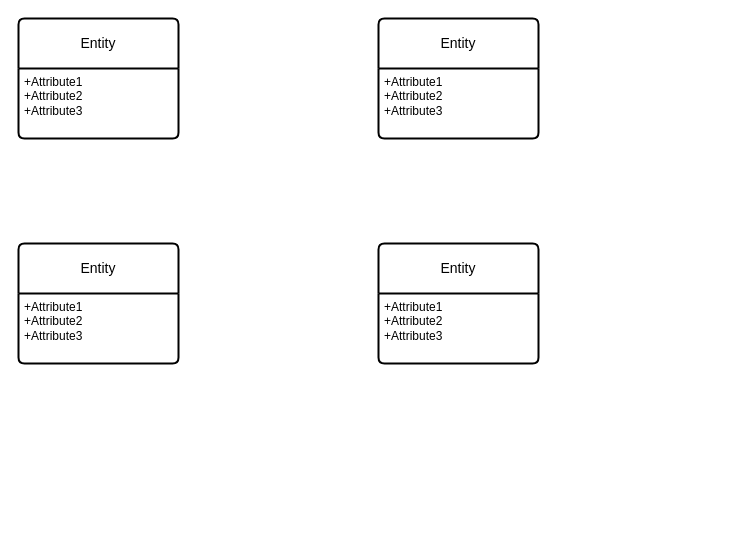
The draw.io diagram ENIAC-Portifolio.drawio in KaH3050/projeto-faculdade, before the edit. Source tidied: cells renumbered, new cells numbered last; positions are measured from the earlier drawing's top-left corner, leaving out a move shared by most shapes. Both pictures are drawn from the tidied source at 100%, with x=0, y=0 at pixel (18, 18).
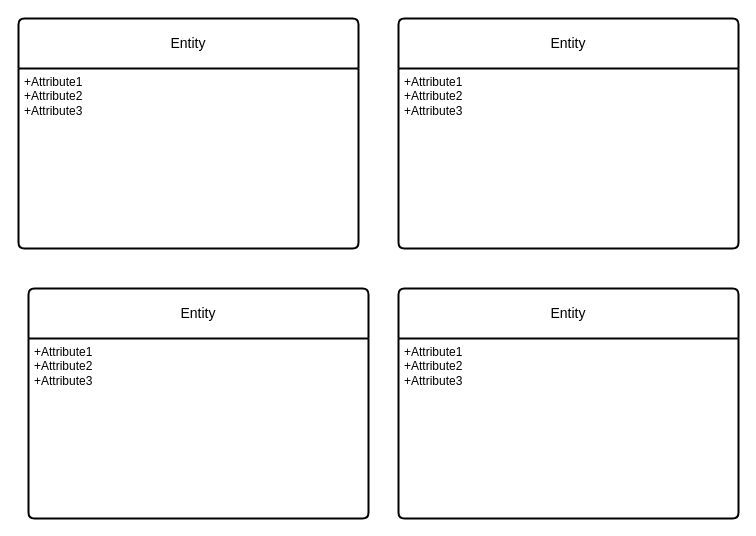
The same diagram, later.

Diff of the diagram source:
```diff
@@
 <mxGraphModel>
   <root>
     <mxCell id="0" />
     <mxCell id="1" parent="0" />
     <mxCell id="2" value="Entity" style="swimlane;horizontal=1;startSize=50;rounded=1;fontSize=14;fontStyle=0;strokeWidth=2;shadow=0;dashed=0;align=center;arcSize=4;whiteSpace=wrap;html=1;" parent="1" vertex="1">
-      <mxGeometry width="160" height="120" as="geometry" />
+      <mxGeometry width="340" height="230" as="geometry" />
     </mxCell>
     <mxCell id="3" value="+Attribute1&#10;+Attribute2&#10;+Attribute3" style="align=left;strokeColor=none;fillColor=none;spacingLeft=4;fontSize=12;verticalAlign=top;html=1;" parent="2" vertex="1">
-      <mxGeometry y="50" width="160" height="70" as="geometry" />
+      <mxGeometry y="50" width="340" height="180" as="geometry" />
     </mxCell>
-    <mxCell id="4" value="Entity" style="swimlane;horizontal=1;startSize=50;rounded=1;fontSize=14;fontStyle=0;strokeWidth=2;shadow=0;dashed=0;align=center;arcSize=4;whiteSpace=wrap;html=1;" parent="1" vertex="1">
-      <mxGeometry x="360" width="160" height="120" as="geometry" />
-    </mxCell>
-    <mxCell id="5" value="+Attribute1&#10;+Attribute2&#10;+Attribute3" style="align=left;strokeColor=none;fillColor=none;spacingLeft=4;fontSize=12;verticalAlign=top;html=1;" parent="4" vertex="1">
-      <mxGeometry y="50" width="160" height="70" as="geometry" />
-    </mxCell>
-    <mxCell id="6" value="Entity" style="swimlane;horizontal=1;startSize=50;rounded=1;fontSize=14;fontStyle=0;strokeWidth=2;shadow=0;dashed=0;align=center;arcSize=4;whiteSpace=wrap;html=1;" parent="1" vertex="1">
-      <mxGeometry y="225" width="160" height="120" as="geometry" />
-    </mxCell>
-    <mxCell id="7" value="+Attribute1&#10;+Attribute2&#10;+Attribute3" style="align=left;strokeColor=none;fillColor=none;spacingLeft=4;fontSize=12;verticalAlign=top;html=1;" parent="6" vertex="1">
-      <mxGeometry y="50" width="160" height="70" as="geometry" />
-    </mxCell>
-    <mxCell id="8" value="Entity" style="swimlane;horizontal=1;startSize=50;rounded=1;fontSize=14;fontStyle=0;strokeWidth=2;shadow=0;dashed=0;align=center;arcSize=4;whiteSpace=wrap;html=1;" parent="1" vertex="1">
-      <mxGeometry x="360" y="225" width="160" height="120" as="geometry" />
-    </mxCell>
-    <mxCell id="9" value="+Attribute1&#10;+Attribute2&#10;+Attribute3" style="align=left;strokeColor=none;fillColor=none;spacingLeft=4;fontSize=12;verticalAlign=top;html=1;" parent="8" vertex="1">
-      <mxGeometry y="50" width="160" height="70" as="geometry" />
-    </mxCell>
+    <mxCell id="10" value="Entity" style="swimlane;horizontal=1;startSize=50;rounded=1;fontSize=14;fontStyle=0;strokeWidth=2;shadow=0;dashed=0;align=center;arcSize=4;whiteSpace=wrap;html=1;" parent="1" vertex="1">
+      <mxGeometry x="380" width="340" height="230" as="geometry" />
+    </mxCell>
+    <mxCell id="11" value="+Attribute1&#10;+Attribute2&#10;+Attribute3" style="align=left;strokeColor=none;fillColor=none;spacingLeft=4;fontSize=12;verticalAlign=top;html=1;" parent="10" vertex="1">
+      <mxGeometry y="50" width="340" height="180" as="geometry" />
+    </mxCell>
+    <mxCell id="12" value="Entity" style="swimlane;horizontal=1;startSize=50;rounded=1;fontSize=14;fontStyle=0;strokeWidth=2;shadow=0;dashed=0;align=center;arcSize=4;whiteSpace=wrap;html=1;" parent="1" vertex="1">
+      <mxGeometry x="10" y="270" width="340" height="230" as="geometry" />
+    </mxCell>
+    <mxCell id="13" value="+Attribute1&#10;+Attribute2&#10;+Attribute3" style="align=left;strokeColor=none;fillColor=none;spacingLeft=4;fontSize=12;verticalAlign=top;html=1;" parent="12" vertex="1">
+      <mxGeometry y="50" width="340" height="180" as="geometry" />
+    </mxCell>
+    <mxCell id="14" value="Entity" style="swimlane;horizontal=1;startSize=50;rounded=1;fontSize=14;fontStyle=0;strokeWidth=2;shadow=0;dashed=0;align=center;arcSize=4;whiteSpace=wrap;html=1;" parent="1" vertex="1">
+      <mxGeometry x="380" y="270" width="340" height="230" as="geometry" />
+    </mxCell>
+    <mxCell id="15" value="+Attribute1&#10;+Attribute2&#10;+Attribute3" style="align=left;strokeColor=none;fillColor=none;spacingLeft=4;fontSize=12;verticalAlign=top;html=1;" parent="14" vertex="1">
+      <mxGeometry y="50" width="340" height="180" as="geometry" />
+    </mxCell>
   </root>
 </mxGraphModel>
```
